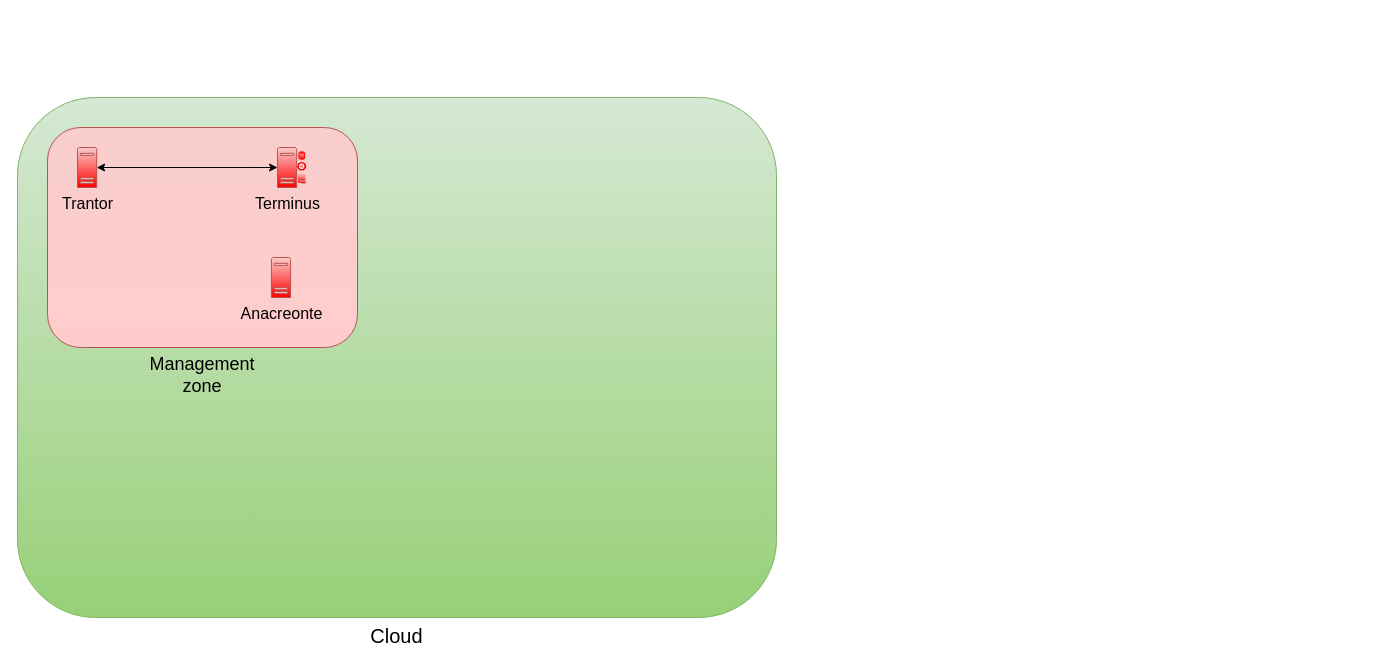
The draw.io diagram topology.drawio in OscHer/treboform, before the edit. Source tidied: cells renumbered, new cells numbered last; positions are measured from the earlier drawing's top-left corner, leaving out a move shared by most shapes. Both pictures are drawn from the tidied source at 100%, with x=0, y=0 at pixel (17, 97).
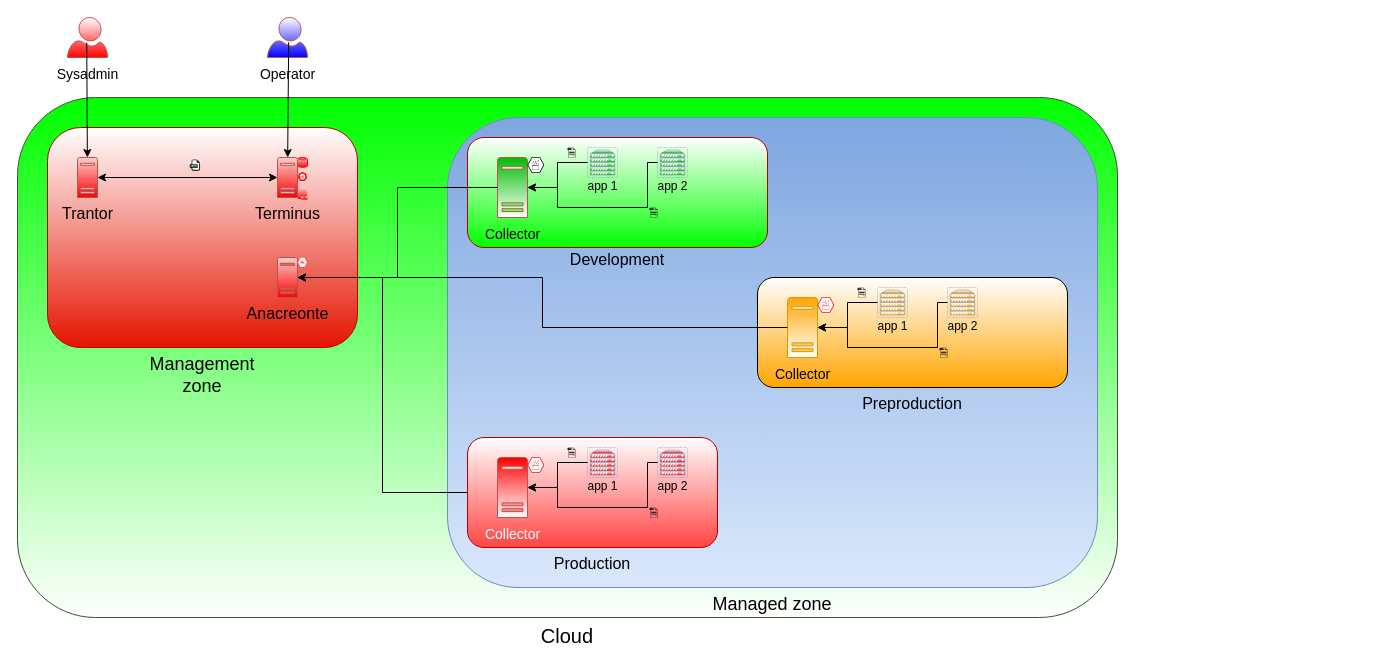
The same page after the edit.

The edit, as a diff of the source:
```diff
@@
-    <mxCell id="3" value="&lt;div style=&quot;font-size: 20px;&quot; align=&quot;left&quot;&gt;&lt;font style=&quot;font-size: 20px;&quot;&gt;Cloud&lt;br style=&quot;font-size: 20px;&quot;&gt;&lt;/font&gt;&lt;/div&gt;" style="rounded=1;whiteSpace=wrap;html=1;fillColor=#d5e8d4;strokeColor=#82b366;gradientColor=#97d077;verticalAlign=top;labelPosition=center;verticalLabelPosition=bottom;align=center;fontSize=20;" parent="2" vertex="1">
-      <mxGeometry width="759" height="520" as="geometry" />
+    <mxCell id="3" value="&lt;div style=&quot;font-size: 20px;&quot; align=&quot;left&quot;&gt;&lt;font style=&quot;font-size: 20px;&quot; color=&quot;#000000&quot;&gt;Cloud&lt;br style=&quot;font-size: 20px;&quot;&gt;&lt;/font&gt;&lt;/div&gt;" style="rounded=1;whiteSpace=wrap;html=1;fillColor=#00FF00;verticalAlign=top;labelPosition=center;verticalLabelPosition=bottom;align=center;fontSize=20;strokeColor=#3A5431;fontColor=#ffffff;fillStyle=solid;gradientColor=#FFFFFF;" parent="2" vertex="1">
+      <mxGeometry width="1100" height="520" as="geometry" />
     </mxCell>
@@
-    <mxCell id="5" value="&lt;div style=&quot;font-size: 18px;&quot;&gt;&lt;font style=&quot;font-size: 18px;&quot;&gt;Management&lt;/font&gt;&lt;/div&gt;&lt;div style=&quot;font-size: 18px;&quot;&gt;&lt;font style=&quot;font-size: 18px;&quot;&gt;&lt;font style=&quot;font-size: 18px;&quot;&gt;zone&lt;/font&gt;&lt;br style=&quot;font-size: 18px;&quot;&gt;&lt;/font&gt;&lt;/div&gt;" style="rounded=1;whiteSpace=wrap;html=1;fontSize=18;labelPosition=center;verticalLabelPosition=bottom;align=center;verticalAlign=top;fillColor=#f8cecc;gradientColor=#FFCCCC;strokeColor=#b85450;" parent="4" vertex="1">
+    <mxCell id="5" value="&lt;div style=&quot;font-size: 18px;&quot;&gt;&lt;font style=&quot;font-size: 18px;&quot;&gt;Management&lt;/font&gt;&lt;/div&gt;&lt;div style=&quot;font-size: 18px;&quot;&gt;&lt;font style=&quot;font-size: 18px;&quot;&gt;&lt;font style=&quot;font-size: 18px;&quot;&gt;zone&lt;/font&gt;&lt;br style=&quot;font-size: 18px;&quot;&gt;&lt;/font&gt;&lt;/div&gt;" style="rounded=1;whiteSpace=wrap;html=1;fontSize=18;labelPosition=center;verticalLabelPosition=bottom;align=center;verticalAlign=top;fillColor=#e51400;strokeColor=#B20000;fontColor=#000000;gradientColor=#FFFFFF;gradientDirection=north;" parent="4" vertex="1">
       <mxGeometry x="30" y="30" width="310" height="220" as="geometry" />
     </mxCell>
-    <mxCell id="6" value="Anacreonte" style="sketch=0;shadow=0;dashed=0;html=1;strokeColor=#b85450;labelPosition=center;verticalLabelPosition=bottom;verticalAlign=top;align=center;fillColor=#f8cecc;shape=mxgraph.mscae.enterprise.server_generic;gradientColor=#FF0000;fontSize=16;" parent="4" vertex="1">
-      <mxGeometry x="253.9" y="160" width="19.2" height="40" as="geometry" />
-    </mxCell>
     <mxCell id="7" value="Trantor" style="sketch=0;shadow=0;dashed=0;html=1;strokeColor=#b85450;labelPosition=center;verticalLabelPosition=bottom;verticalAlign=top;align=center;fillColor=#f8cecc;shape=mxgraph.mscae.enterprise.server_generic;gradientColor=#FF0000;fontSize=16;" parent="4" vertex="1">
-      <mxGeometry x="60" y="50" width="19.2" height="40" as="geometry" />
+      <mxGeometry x="60" y="60" width="20" height="40" as="geometry" />
     </mxCell>
-    <mxCell id="8" style="endArrow=classic;startArrow=classic;html=1;rounded=0;fontFamily=Helvetica;fontSize=16;fontColor=default;" parent="4" edge="1" source="7" target="14">
-      <mxGeometry relative="1" as="geometry" />
-    </mxCell>
     <mxCell id="9" style="group;" parent="4" vertex="1">
-      <mxGeometry x="260" y="45" width="29.2" height="50" as="geometry" />
+      <mxGeometry x="260" y="50" width="32" height="60" as="geometry" />
     </mxCell>
     <mxCell id="10" style="group;verticalAlign=middle;" parent="9" vertex="1">
-      <mxGeometry x="19.2" width="10" height="50" as="geometry" />
+      <mxGeometry x="20" width="12" height="60" as="geometry" />
     </mxCell>
     <mxCell id="11" style="sketch=0;shadow=0;dashed=0;html=1;strokeColor=#FF0000;labelPosition=center;verticalLabelPosition=bottom;verticalAlign=top;align=center;fillColor=#f8cecc;shape=mxgraph.mscae.enterprise.database_generic;fontFamily=Helvetica;fontSize=12;gradientColor=#FF0000;" parent="10" vertex="1">
-      <mxGeometry x="2.2" y="9.2" width="5.7" height="7.7" as="geometry" />
+      <mxGeometry y="10" width="10" height="10" as="geometry" />
     </mxCell>
     <mxCell id="12" style="dashed=0;verticalLabelPosition=bottom;verticalAlign=top;align=center;html=1;shape=mxgraph.aws3.http_protocol;fillColor=#f8cecc;gradientColor=#FF0000;shadow=0;sketch=0;strokeColor=#FF0000;fontFamily=Helvetica;fontSize=12;" parent="10" vertex="1">
-      <mxGeometry x="1.2" y="30.7" width="7.7" height="10" as="geometry" />
+      <mxGeometry y="40" width="10" height="12" as="geometry" />
     </mxCell>
     <mxCell id="13" style="sketch=0;html=1;dashed=0;whitespace=wrap;verticalLabelPosition=bottom;verticalAlign=top;fillColor=#FF0000;strokeColor=#ffffff;shape=mxgraph.kubernetes.icon2;prIcon=api;shadow=0;align=center;fontFamily=Helvetica;fontSize=12;fontColor=default;" parent="10" vertex="1">
-      <mxGeometry y="18.8" width="10" height="9.6" as="geometry" />
+      <mxGeometry y="24" width="10" height="10" as="geometry" />
     </mxCell>
     <mxCell id="14" value="Terminus" style="sketch=0;shadow=0;dashed=0;html=1;strokeColor=#b85450;labelPosition=center;verticalLabelPosition=bottom;verticalAlign=top;align=center;fillColor=#f8cecc;shape=mxgraph.mscae.enterprise.server_generic;gradientColor=#FF0000;fontSize=16;" parent="9" vertex="1">
-      <mxGeometry y="5" width="19.2" height="40" as="geometry" />
+      <mxGeometry y="10" width="20" height="40" as="geometry" />
     </mxCell>
+    <mxCell id="8" style="endArrow=classic;startArrow=classic;html=1;rounded=0;fontFamily=Helvetica;fontSize=16;fontColor=default;exitX=1;exitY=0.5;exitDx=0;exitDy=0;exitPerimeter=0;" parent="4" edge="1" source="7" target="14">
+      <mxGeometry relative="1" as="geometry" />
+    </mxCell>
+    <mxCell id="15" style="group;" parent="4" vertex="1">
+      <mxGeometry x="260" y="160" width="30" height="40" as="geometry" />
+    </mxCell>
+    <mxCell id="6" value="Anacreonte" style="sketch=0;shadow=0;dashed=0;html=1;strokeColor=#b85450;labelPosition=center;verticalLabelPosition=bottom;verticalAlign=top;align=center;fillColor=#f8cecc;shape=mxgraph.mscae.enterprise.server_generic;gradientColor=#FF0000;fontSize=16;" parent="15" vertex="1">
+      <mxGeometry width="20" height="40" as="geometry" />
+    </mxCell>
+    <mxCell id="16" style="verticalLabelPosition=bottom;sketch=0;html=1;fillColor=#FF0000;strokeColor=#ffffff;verticalAlign=top;align=center;shape=mxgraph.cisco_safe.compositeIcon;bgIcon=mxgraph.cisco_safe.design.blank_device;resIcon=mxgraph.cisco_safe.design.log_collector_2;shadow=0;dashed=0;fontFamily=Helvetica;fontSize=14;fontColor=default;" parent="15" vertex="1">
+      <mxGeometry x="20" width="10" height="10" as="geometry" />
+    </mxCell>
+    <mxCell id="17" parent="0" />
+    <mxCell id="18" style="dashed=0;html=1;align=center;labelPosition=center;verticalLabelPosition=bottom;verticalAlign=top;shape=mxgraph.webicons.json;gradientColor=default;shadow=0;sketch=0;strokeColor=default;fontFamily=Helvetica;fontSize=16;fontColor=none;fillColor=none;noLabel=1;" parent="17" vertex="1">
+      <mxGeometry x="170" y="60" width="15" height="15" as="geometry" />
+    </mxCell>
+    <mxCell id="19" parent="0" />
+    <mxCell id="20" value="&lt;font style=&quot;font-size: 14px;&quot;&gt;Sysadmin&lt;/font&gt;" style="verticalLabelPosition=bottom;html=1;verticalAlign=top;align=center;strokeColor=#b85450;fillColor=#FF0000;shape=mxgraph.azure.user;shadow=0;dashed=0;sketch=0;fontFamily=Helvetica;fontSize=16;gradientColor=#FFFFFF;gradientDirection=north;" parent="19" vertex="1">
+      <mxGeometry x="50" y="-80" width="40" height="40" as="geometry" />
+    </mxCell>
+    <mxCell id="21" style="endArrow=classic;html=1;rounded=0;fontFamily=Helvetica;fontSize=16;fontColor=default;exitX=0.481;exitY=0.627;exitDx=0;exitDy=0;exitPerimeter=0;" parent="19" edge="1" source="20" target="7">
+      <mxGeometry relative="1" as="geometry" />
+    </mxCell>
+    <mxCell id="22" value="&lt;font style=&quot;font-size: 14px;&quot;&gt;Operator&lt;/font&gt;" style="verticalLabelPosition=bottom;html=1;verticalAlign=top;align=center;strokeColor=#b85450;fillColor=#0000FF;shape=mxgraph.azure.user;shadow=0;dashed=0;sketch=0;fontFamily=Helvetica;fontSize=16;gradientColor=#FFFFFF;gradientDirection=north;" parent="19" vertex="1">
+      <mxGeometry x="250" y="-80" width="40" height="40" as="geometry" />
+    </mxCell>
+    <mxCell id="23" style="endArrow=classic;html=1;rounded=0;fontFamily=Helvetica;fontSize=16;fontColor=default;exitX=0.529;exitY=0.618;exitDx=0;exitDy=0;exitPerimeter=0;" parent="19" edge="1" source="22" target="14">
+      <mxGeometry relative="1" as="geometry" />
+    </mxCell>
+    <mxCell id="24" value="&lt;div&gt;Managed zone&lt;/div&gt;" style="rounded=1;whiteSpace=wrap;html=1;fontSize=18;labelPosition=center;verticalLabelPosition=bottom;align=center;verticalAlign=top;gradientDirection=north;fillColor=#dae8fc;gradientColor=#7ea6e0;strokeColor=#6c8ebf;" parent="19" vertex="1">
+      <mxGeometry x="430" y="20" width="650" height="470" as="geometry" />
+    </mxCell>
+    <mxCell id="25" style="group;" parent="19" vertex="1">
+      <mxGeometry x="480" y="30" width="240" height="430" as="geometry" />
+    </mxCell>
+    <mxCell id="26" parent="0" />
+    <mxCell id="27" style="group;spacing=-3;spacingTop=6;fontSize=10;" parent="26" vertex="1">
+      <mxGeometry x="450" y="40" width="610" height="110" as="geometry" />
+    </mxCell>
+    <mxCell id="28" value="Development" style="rounded=1;whiteSpace=wrap;html=1;fontSize=16;labelPosition=center;verticalLabelPosition=bottom;align=center;verticalAlign=top;fillColor=#00FF00;strokeColor=#B20000;fontColor=#000000;gradientColor=#FFFFFF;gradientDirection=north;spacing=-2;" parent="27" vertex="1">
+      <mxGeometry width="300" height="110" as="geometry" />
+    </mxCell>
+    <mxCell id="29" style="group;" parent="27" vertex="1">
+      <mxGeometry x="30" y="20" width="50" height="60" as="geometry" />
+    </mxCell>
+    <mxCell id="30" value="&lt;font style=&quot;font-size: 14px;&quot;&gt;Collector&lt;/font&gt;" style="sketch=0;shadow=0;dashed=0;html=1;strokeColor=#b85450;labelPosition=center;verticalLabelPosition=bottom;verticalAlign=top;align=center;fillColor=#FFFFFF;shape=mxgraph.mscae.enterprise.server_generic;gradientColor=#00BB00;fontSize=16;gradientDirection=north;" parent="29" vertex="1">
+      <mxGeometry width="30" height="60" as="geometry" />
+    </mxCell>
+    <mxCell id="31" style="verticalLabelPosition=bottom;sketch=0;html=1;fillColor=#000000;strokeColor=#ffffff;verticalAlign=top;align=center;shape=mxgraph.cisco_safe.compositeIcon;bgIcon=mxgraph.cisco_safe.design.blank_device;resIcon=mxgraph.cisco_safe.design.log_collector_2;shadow=0;dashed=0;fontFamily=Helvetica;fontSize=14;fontColor=default;" parent="29" vertex="1">
+      <mxGeometry x="30" width="16.7" height="15" as="geometry" />
+    </mxCell>
+    <mxCell id="32" style="edgeStyle=orthogonalEdgeStyle;rounded=0;jettySize=auto;html=1;fontFamily=Helvetica;fontSize=16;fontColor=default;" parent="27" edge="1" source="33" target="30">
+      <mxGeometry relative="1" as="geometry" />
+    </mxCell>
+    <mxCell id="33" value="&lt;div style=&quot;font-size: 12px;&quot;&gt;&lt;font style=&quot;font-size: 12px;&quot; color=&quot;#000000&quot;&gt;app 1&lt;/font&gt;&lt;/div&gt;" style="fontColor=#0066CC;verticalAlign=top;verticalLabelPosition=bottom;labelPosition=center;align=center;html=1;outlineConnect=0;fillColor=#00BB00;strokeColor=#6881B3;gradientColor=#FFFFFF;gradientDirection=north;strokeWidth=2;shape=mxgraph.networks.virtual_server;shadow=0;dashed=0;sketch=0;fontFamily=Helvetica;fontSize=12;spacing=-3;" parent="27" vertex="1">
+      <mxGeometry x="120" y="10" width="30" height="30" as="geometry" />
+    </mxCell>
+    <mxCell id="34" value="&lt;div style=&quot;font-size: 12px;&quot;&gt;&lt;font style=&quot;font-size: 12px;&quot; color=&quot;#000000&quot;&gt;app 2&lt;br&gt;&lt;/font&gt;&lt;/div&gt;" style="fontColor=#0066CC;verticalAlign=top;verticalLabelPosition=bottom;labelPosition=center;align=center;html=1;outlineConnect=0;fillColor=#00BB00;strokeColor=#6881B3;gradientColor=#FFFFFF;gradientDirection=north;strokeWidth=2;shape=mxgraph.networks.virtual_server;shadow=0;dashed=0;sketch=0;fontFamily=Helvetica;fontSize=12;spacing=-3;" parent="27" vertex="1">
+      <mxGeometry x="190" y="10" width="30" height="30" as="geometry" />
+    </mxCell>
+    <mxCell id="35" style="edgeStyle=orthogonalEdgeStyle;rounded=0;jettySize=auto;html=1;entryX=1;entryY=0.5;entryDx=0;entryDy=0;entryPerimeter=0;fontFamily=Helvetica;fontSize=16;fontColor=default;" parent="27" edge="1" source="34" target="30">
+      <mxGeometry relative="1" as="geometry">
+        <Array as="points">
+          <mxPoint x="180" y="25" />
+          <mxPoint x="180" y="70" />
+          <mxPoint x="90" y="70" />
+          <mxPoint x="90" y="50" />
+        </Array>
+      </mxGeometry>
+    </mxCell>
+    <mxCell id="36" style="sketch=0;shadow=0;dashed=0;html=1;strokeColor=none;fillColor=#000000;labelPosition=center;verticalLabelPosition=bottom;verticalAlign=top;align=center;shape=mxgraph.vvd.log_files;fontFamily=Helvetica;fontSize=16;fontColor=default;" parent="27" vertex="1">
+      <mxGeometry x="182" y="70" width="8" height="10" as="geometry" />
+    </mxCell>
+    <mxCell id="37" style="sketch=0;shadow=0;dashed=0;html=1;strokeColor=none;fillColor=#000000;labelPosition=center;verticalLabelPosition=bottom;verticalAlign=top;align=center;shape=mxgraph.vvd.log_files;fontFamily=Helvetica;fontSize=16;fontColor=default;" parent="27" vertex="1">
+      <mxGeometry x="100" y="10" width="8" height="10" as="geometry" />
+    </mxCell>
+    <mxCell id="38" style="group;fillColor=none;gradientColor=#ffa500;strokeColor=none;spacing=-2;" parent="26" vertex="1">
+      <mxGeometry x="740" y="180" width="610" height="110" as="geometry" />
+    </mxCell>
+    <mxCell id="39" value="Preproduction" style="rounded=1;whiteSpace=wrap;html=1;fontSize=16;labelPosition=center;verticalLabelPosition=bottom;align=center;verticalAlign=top;fillColor=#FFFFFF;strokeColor=default;gradientColor=#ffa500;gradientDirection=south;" parent="38" vertex="1">
+      <mxGeometry width="310" height="110" as="geometry" />
+    </mxCell>
+    <mxCell id="40" style="group;" parent="38" vertex="1">
+      <mxGeometry x="30" y="20" width="50" height="60" as="geometry" />
+    </mxCell>
+    <mxCell id="41" value="&lt;font style=&quot;font-size: 14px;&quot;&gt;Collector&lt;/font&gt;" style="sketch=0;shadow=0;dashed=0;html=1;strokeColor=#d79b00;labelPosition=center;verticalLabelPosition=bottom;verticalAlign=top;align=center;fillColor=#FFFFFF;shape=mxgraph.mscae.enterprise.server_generic;gradientColor=#ffa500;fontSize=16;gradientDirection=north;" parent="40" vertex="1">
+      <mxGeometry width="30" height="60" as="geometry" />
+    </mxCell>
+    <mxCell id="42" style="verticalLabelPosition=bottom;sketch=0;html=1;fillColor=#FF0000;strokeColor=#ffffff;verticalAlign=top;align=center;shape=mxgraph.cisco_safe.compositeIcon;bgIcon=mxgraph.cisco_safe.design.blank_device;resIcon=mxgraph.cisco_safe.design.log_collector_2;shadow=0;dashed=0;fontFamily=Helvetica;fontSize=14;fontColor=default;" parent="40" vertex="1">
+      <mxGeometry x="30" width="16.7" height="15" as="geometry" />
+    </mxCell>
+    <mxCell id="43" value="&lt;div style=&quot;font-size: 12px;&quot;&gt;&lt;font style=&quot;font-size: 12px;&quot; color=&quot;#000000&quot;&gt;app 1&lt;/font&gt;&lt;/div&gt;" style="fontColor=#0066CC;verticalAlign=top;verticalLabelPosition=bottom;labelPosition=center;align=center;html=1;outlineConnect=0;fillColor=#FFA500;strokeColor=#6881B3;gradientColor=#FFFFFF;gradientDirection=north;strokeWidth=2;shape=mxgraph.networks.virtual_server;shadow=0;dashed=0;sketch=0;fontFamily=Helvetica;fontSize=12;spacing=-3;" parent="38" vertex="1">
+      <mxGeometry x="120" y="10" width="30" height="30" as="geometry" />
+    </mxCell>
+    <mxCell id="44" value="&lt;div style=&quot;font-size: 12px;&quot;&gt;&lt;font style=&quot;font-size: 12px;&quot; color=&quot;#000000&quot;&gt;app 2&lt;br&gt;&lt;/font&gt;&lt;/div&gt;" style="fontColor=#0066CC;verticalAlign=top;verticalLabelPosition=bottom;labelPosition=center;align=center;html=1;outlineConnect=0;fillColor=#FFA500;strokeColor=#6881B3;gradientColor=#FFFFFF;gradientDirection=north;strokeWidth=2;shape=mxgraph.networks.virtual_server;shadow=0;dashed=0;sketch=0;fontFamily=Helvetica;fontSize=12;spacing=-3;" parent="38" vertex="1">
+      <mxGeometry x="190" y="10" width="30" height="30" as="geometry" />
+    </mxCell>
+    <mxCell id="45" style="edgeStyle=orthogonalEdgeStyle;rounded=0;jettySize=auto;html=1;entryX=1;entryY=0.5;entryDx=0;entryDy=0;entryPerimeter=0;fontFamily=Helvetica;fontSize=16;fontColor=default;" parent="38" edge="1" source="44">
+      <mxGeometry relative="1" as="geometry">
+        <mxPoint x="60" y="50" as="targetPoint" />
+        <Array as="points">
+          <mxPoint x="180" y="25" />
+          <mxPoint x="180" y="70" />
+          <mxPoint x="90" y="70" />
+          <mxPoint x="90" y="50" />
+        </Array>
+      </mxGeometry>
+    </mxCell>
+    <mxCell id="46" style="sketch=0;shadow=0;dashed=0;html=1;strokeColor=none;fillColor=#000000;labelPosition=center;verticalLabelPosition=bottom;verticalAlign=top;align=center;shape=mxgraph.vvd.log_files;fontFamily=Helvetica;fontSize=16;fontColor=default;" parent="38" vertex="1">
+      <mxGeometry x="182" y="70" width="8" height="10" as="geometry" />
+    </mxCell>
+    <mxCell id="47" style="sketch=0;shadow=0;dashed=0;html=1;strokeColor=none;fillColor=#000000;labelPosition=center;verticalLabelPosition=bottom;verticalAlign=top;align=center;shape=mxgraph.vvd.log_files;fontFamily=Helvetica;fontSize=16;fontColor=default;" parent="38" vertex="1">
+      <mxGeometry x="100" y="10" width="8" height="10" as="geometry" />
+    </mxCell>
+    <mxCell id="48" style="edgeStyle=orthogonalEdgeStyle;rounded=0;jettySize=auto;html=1;entryX=1;entryY=0.5;entryDx=0;entryDy=0;entryPerimeter=0;fontFamily=Helvetica;fontSize=16;fontColor=default;" parent="38" edge="1" source="43" target="41">
+      <mxGeometry relative="1" as="geometry" />
+    </mxCell>
+    <mxCell id="49" style="group;spacing=-2;" parent="26" vertex="1">
+      <mxGeometry x="450" y="340" width="610" height="110" as="geometry" />
+    </mxCell>
+    <mxCell id="50" value="Production" style="rounded=1;whiteSpace=wrap;html=1;fontSize=16;labelPosition=center;verticalLabelPosition=bottom;align=center;verticalAlign=top;fillColor=#FF4444;strokeColor=#B20000;fontColor=#000000;gradientColor=#FFFFFF;gradientDirection=north;" parent="49" vertex="1">
+      <mxGeometry width="250" height="110" as="geometry" />
+    </mxCell>
+    <mxCell id="51" style="group;" parent="49" vertex="1">
+      <mxGeometry x="30" y="20" width="50" height="60" as="geometry" />
+    </mxCell>
+    <mxCell id="52" value="&lt;font style=&quot;font-size: 14px;&quot; color=&quot;#ffffff&quot;&gt;Collector&lt;/font&gt;" style="sketch=0;shadow=0;dashed=0;html=1;strokeColor=#b85450;labelPosition=center;verticalLabelPosition=bottom;verticalAlign=top;align=center;fillColor=#FFFFFF;shape=mxgraph.mscae.enterprise.server_generic;gradientColor=#FF0000;fontSize=16;gradientDirection=north;labelBorderColor=none;labelBackgroundColor=none;" parent="51" vertex="1">
+      <mxGeometry width="30" height="60" as="geometry" />
+    </mxCell>
+    <mxCell id="53" style="verticalLabelPosition=bottom;sketch=0;html=1;fillColor=#FF0000;strokeColor=#ffffff;verticalAlign=top;align=center;shape=mxgraph.cisco_safe.compositeIcon;bgIcon=mxgraph.cisco_safe.design.blank_device;resIcon=mxgraph.cisco_safe.design.log_collector_2;shadow=0;dashed=0;fontFamily=Helvetica;fontSize=14;fontColor=default;" parent="51" vertex="1">
+      <mxGeometry x="30" width="16.7" height="15" as="geometry" />
+    </mxCell>
+    <mxCell id="54" value="&lt;div style=&quot;font-size: 12px;&quot;&gt;&lt;font style=&quot;font-size: 12px;&quot; color=&quot;#000000&quot;&gt;app 1&lt;/font&gt;&lt;/div&gt;" style="fontColor=#0066CC;verticalAlign=top;verticalLabelPosition=bottom;labelPosition=center;align=center;html=1;outlineConnect=0;fillColor=#FF0000;strokeColor=#6881B3;gradientColor=#FFFFFF;gradientDirection=north;strokeWidth=2;shape=mxgraph.networks.virtual_server;shadow=0;dashed=0;sketch=0;fontFamily=Helvetica;fontSize=12;spacing=-3;" parent="49" vertex="1">
+      <mxGeometry x="120" y="10" width="30" height="30" as="geometry" />
+    </mxCell>
+    <mxCell id="55" value="&lt;div style=&quot;font-size: 12px;&quot;&gt;&lt;font style=&quot;font-size: 12px;&quot; color=&quot;#000000&quot;&gt;app 2&lt;br&gt;&lt;/font&gt;&lt;/div&gt;" style="fontColor=#0066CC;verticalAlign=top;verticalLabelPosition=bottom;labelPosition=center;align=center;html=1;outlineConnect=0;fillColor=#FF0000;strokeColor=#6881B3;gradientColor=#FFFFFF;gradientDirection=north;strokeWidth=2;shape=mxgraph.networks.virtual_server;shadow=0;dashed=0;sketch=0;fontFamily=Helvetica;fontSize=12;spacing=-3;" parent="49" vertex="1">
+      <mxGeometry x="190" y="10" width="30" height="30" as="geometry" />
+    </mxCell>
+    <mxCell id="56" style="edgeStyle=orthogonalEdgeStyle;rounded=0;jettySize=auto;html=1;entryX=1;entryY=0.5;entryDx=0;entryDy=0;entryPerimeter=0;fontFamily=Helvetica;fontSize=16;fontColor=default;" parent="49" edge="1" source="55">
+      <mxGeometry relative="1" as="geometry">
+        <mxPoint x="60" y="50" as="targetPoint" />
+        <Array as="points">
+          <mxPoint x="180" y="25" />
+          <mxPoint x="180" y="70" />
+          <mxPoint x="90" y="70" />
+          <mxPoint x="90" y="50" />
+        </Array>
+      </mxGeometry>
+    </mxCell>
+    <mxCell id="57" style="sketch=0;shadow=0;dashed=0;html=1;strokeColor=none;fillColor=#000000;labelPosition=center;verticalLabelPosition=bottom;verticalAlign=top;align=center;shape=mxgraph.vvd.log_files;fontFamily=Helvetica;fontSize=16;fontColor=default;" parent="49" vertex="1">
+      <mxGeometry x="182" y="70" width="8" height="10" as="geometry" />
+    </mxCell>
+    <mxCell id="58" style="sketch=0;shadow=0;dashed=0;html=1;strokeColor=none;fillColor=#000000;labelPosition=center;verticalLabelPosition=bottom;verticalAlign=top;align=center;shape=mxgraph.vvd.log_files;fontFamily=Helvetica;fontSize=16;fontColor=default;" parent="49" vertex="1">
+      <mxGeometry x="100" y="10" width="8" height="10" as="geometry" />
+    </mxCell>
+    <mxCell id="59" style="edgeStyle=orthogonalEdgeStyle;rounded=0;jettySize=auto;html=1;entryX=1;entryY=0.5;entryDx=0;entryDy=0;entryPerimeter=0;fontFamily=Helvetica;fontSize=16;fontColor=default;" parent="49" edge="1" source="54" target="52">
+      <mxGeometry relative="1" as="geometry" />
+    </mxCell>
+    <mxCell id="60" style="edgeStyle=orthogonalEdgeStyle;rounded=0;jettySize=auto;html=1;entryX=1;entryY=0.5;entryDx=0;entryDy=0;entryPerimeter=0;fontFamily=Helvetica;fontSize=16;fontColor=default;" parent="26" edge="1" source="30" target="6">
+      <mxGeometry relative="1" as="geometry" />
+    </mxCell>
+    <mxCell id="61" style="edgeStyle=orthogonalEdgeStyle;rounded=0;jettySize=auto;html=1;fontFamily=Helvetica;fontSize=16;fontColor=default;" parent="26" edge="1" source="41" target="6">
+      <mxGeometry relative="1" as="geometry" />
+    </mxCell>
+    <mxCell id="62" style="edgeStyle=orthogonalEdgeStyle;rounded=0;jettySize=auto;html=1;entryX=1;entryY=0.5;entryDx=0;entryDy=0;entryPerimeter=0;fontFamily=Helvetica;fontSize=16;fontColor=default;" parent="26" edge="1" source="50" target="6">
+      <mxGeometry relative="1" as="geometry" />
+    </mxCell>
```
